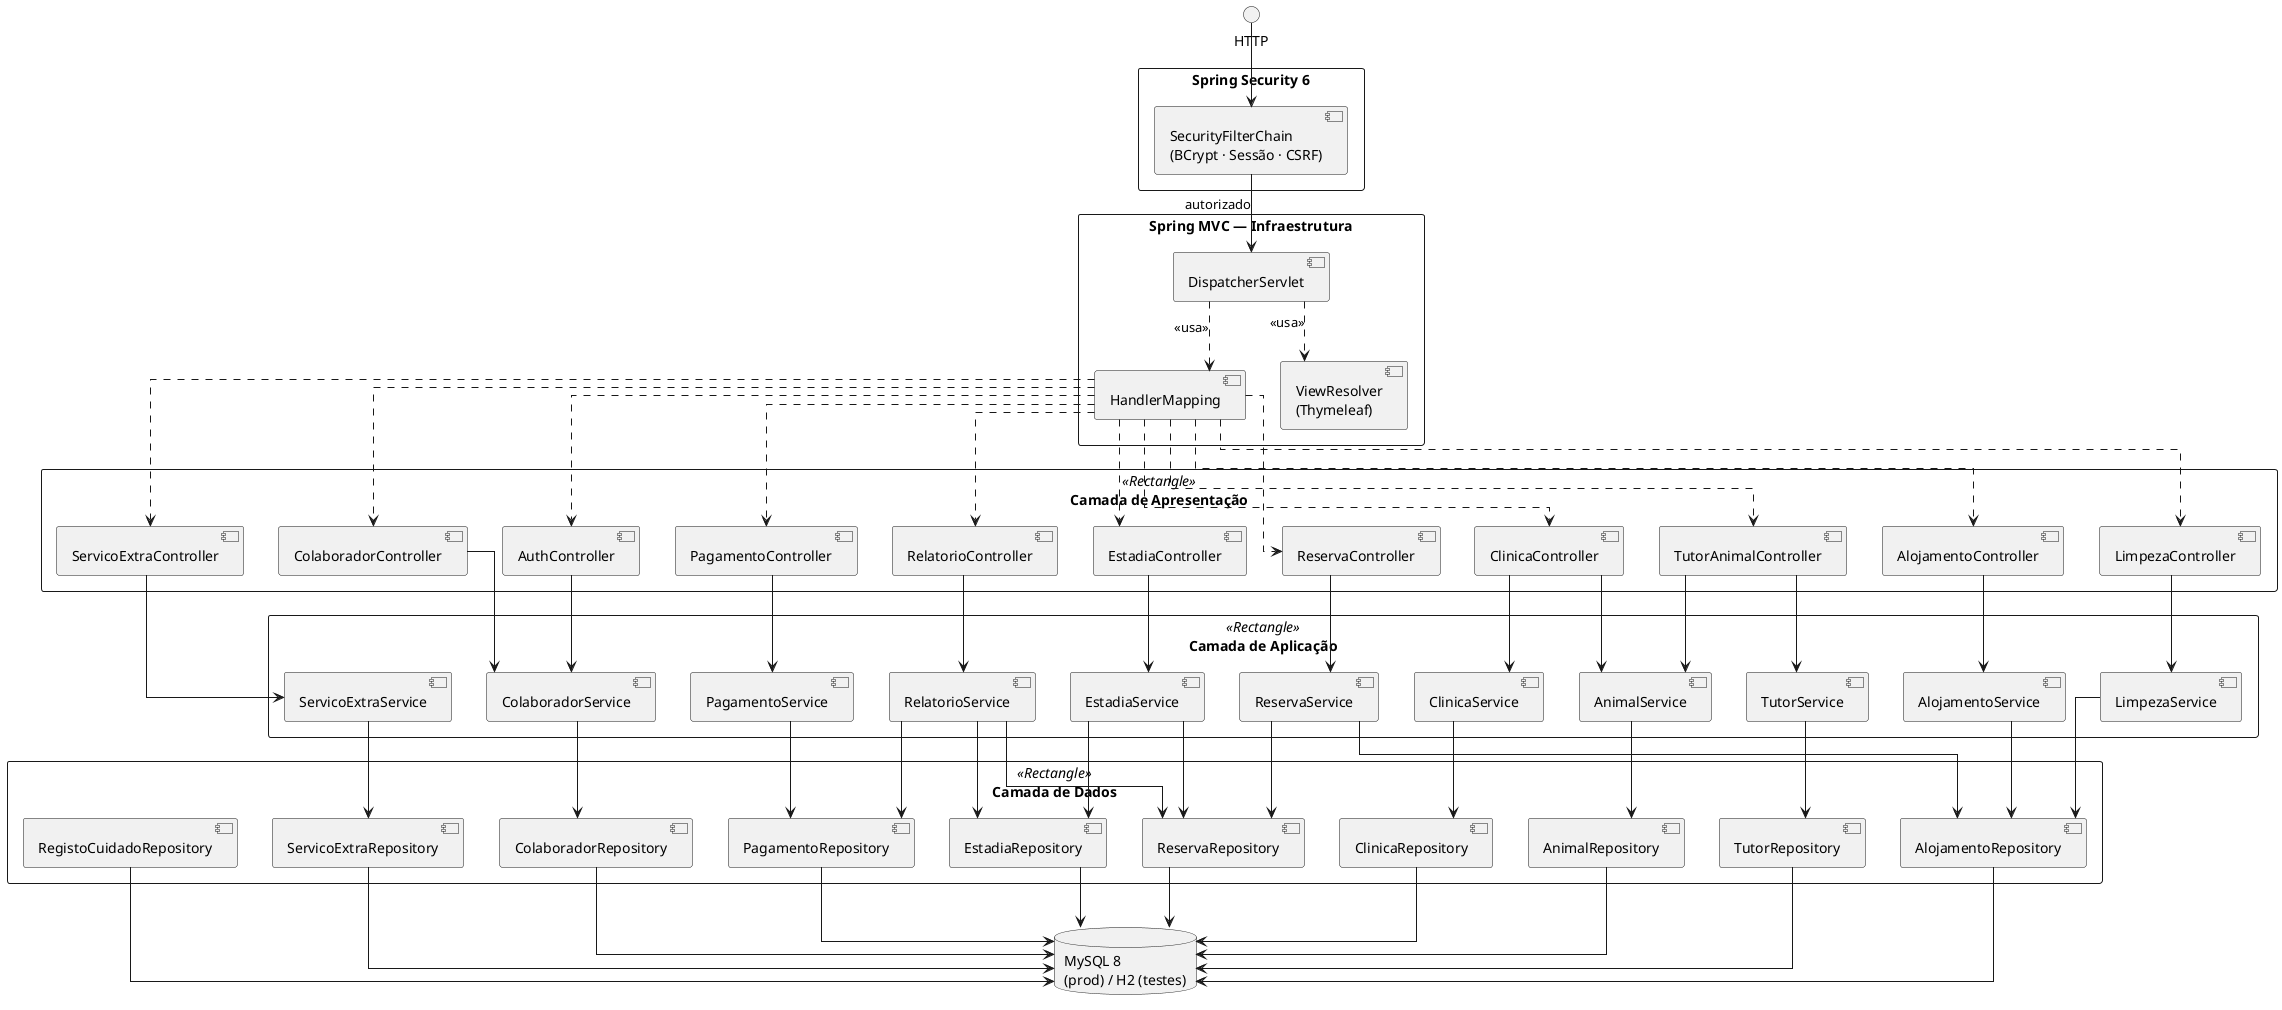
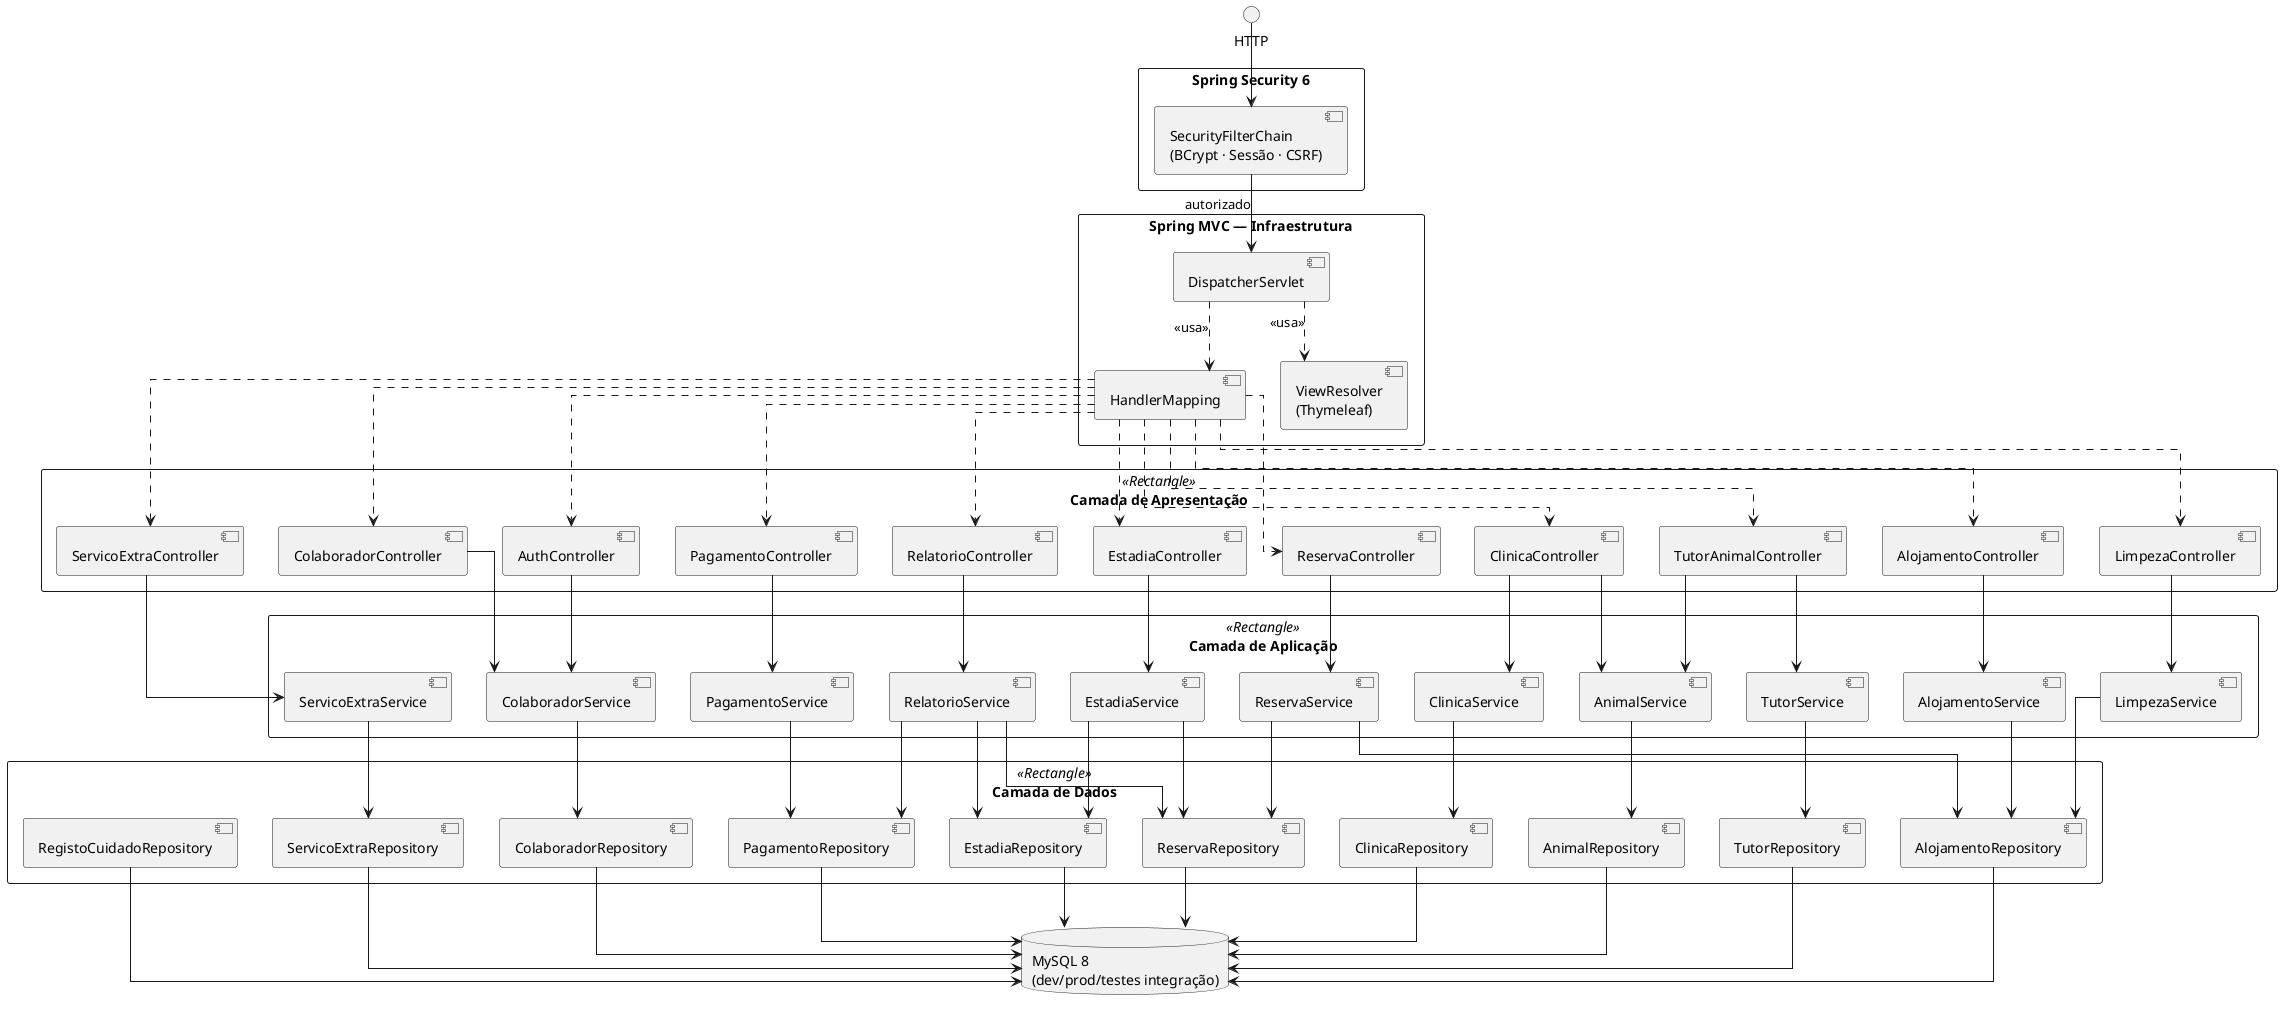
@startuml Hotel de Animais — Diagrama de Componentes

skinparam componentStyle uml2
skinparam backgroundColor white
skinparam defaultFontName Arial
skinparam packageStyle rectangle
skinparam linetype ortho

interface "HTTP" as HTTP

package "Spring Security 6" {
  [SecurityFilterChain\n(BCrypt · Sessão · CSRF)] as SEC
}

package "Spring MVC — Infraestrutura" {
  [DispatcherServlet] as DS
  [HandlerMapping] as HM
  [ViewResolver\n(Thymeleaf)] as VR
}

package "Camada de Apresentação" <<Rectangle>> {
  [AuthController] as AC
  [AlojamentoController] as ALC
  [TutorAnimalController] as TAC
  [ReservaController] as RC
  [EstadiaController] as EC
  [PagamentoController] as PC
  [ServicoExtraController] as SERC
  [ClinicaController] as CC
  [LimpezaController] as LC
  [RelatorioController] as RLC
  [ColaboradorController] as COC
}

package "Camada de Aplicação" <<Rectangle>> {
  [ColaboradorService] as CS
  [AlojamentoService] as ALS
  [TutorService] as TS
  [AnimalService] as ANS
  [ReservaService] as RS
  [EstadiaService] as ES
  [ServicoExtraService] as SES
  [ClinicaService] as CLS
  [PagamentoService] as PS
  [LimpezaService] as LS
  [RelatorioService] as RLS
}

package "Camada de Dados" <<Rectangle>> {
  [ColaboradorRepository] as CR
  [AlojamentoRepository] as ALR
  [TutorRepository] as TR
  [AnimalRepository] as ANR
  [ReservaRepository] as RR
  [EstadiaRepository] as ER
  [ServicoExtraRepository] as SR
  [ClinicaRepository] as CLR
  [PagamentoRepository] as PR
  [RegistoCuidadoRepository] as RCR
}

- database "MySQL 8\n(prod) / H2 (testes)" as DB
+ database "MySQL 8\n(dev/prod/testes integração)" as DB

' Entrada
HTTP --> SEC

' Security → DispatcherServlet
SEC --> DS : autorizado

' DispatcherServlet usa HandlerMapping e ViewResolver
DS ..> HM : <<usa>>
DS ..> VR : <<usa>>

' HandlerMapping → Controllers (dependência)
HM ..> AC
HM ..> ALC
HM ..> TAC
HM ..> RC
HM ..> EC
HM ..> PC
HM ..> SERC
HM ..> CC
HM ..> LC
HM ..> RLC
HM ..> COC

' Controllers → Services
AC   --> CS
ALC  --> ALS
TAC  --> TS
TAC  --> ANS
RC   --> RS
EC   --> ES
PC   --> PS
SERC --> SES
CC   --> CLS
CC   --> ANS
LC   --> LS
RLC  --> RLS
COC  --> CS

' Services → Repositories
CS  --> CR
ALS --> ALR
TS  --> TR
ANS --> ANR
RS  --> RR
RS  --> ALR
ES  --> ER
ES  --> RR
SES --> SR
CLS --> CLR
PS  --> PR
LS  --> ALR
RLS --> RR
RLS --> ER
RLS --> PR

' Repositories → BD
CR  --> DB
ALR --> DB
TR  --> DB
ANR --> DB
RR  --> DB
ER  --> DB
SR  --> DB
CLR --> DB
PR  --> DB
RCR --> DB

- @enduml+ @enduml
